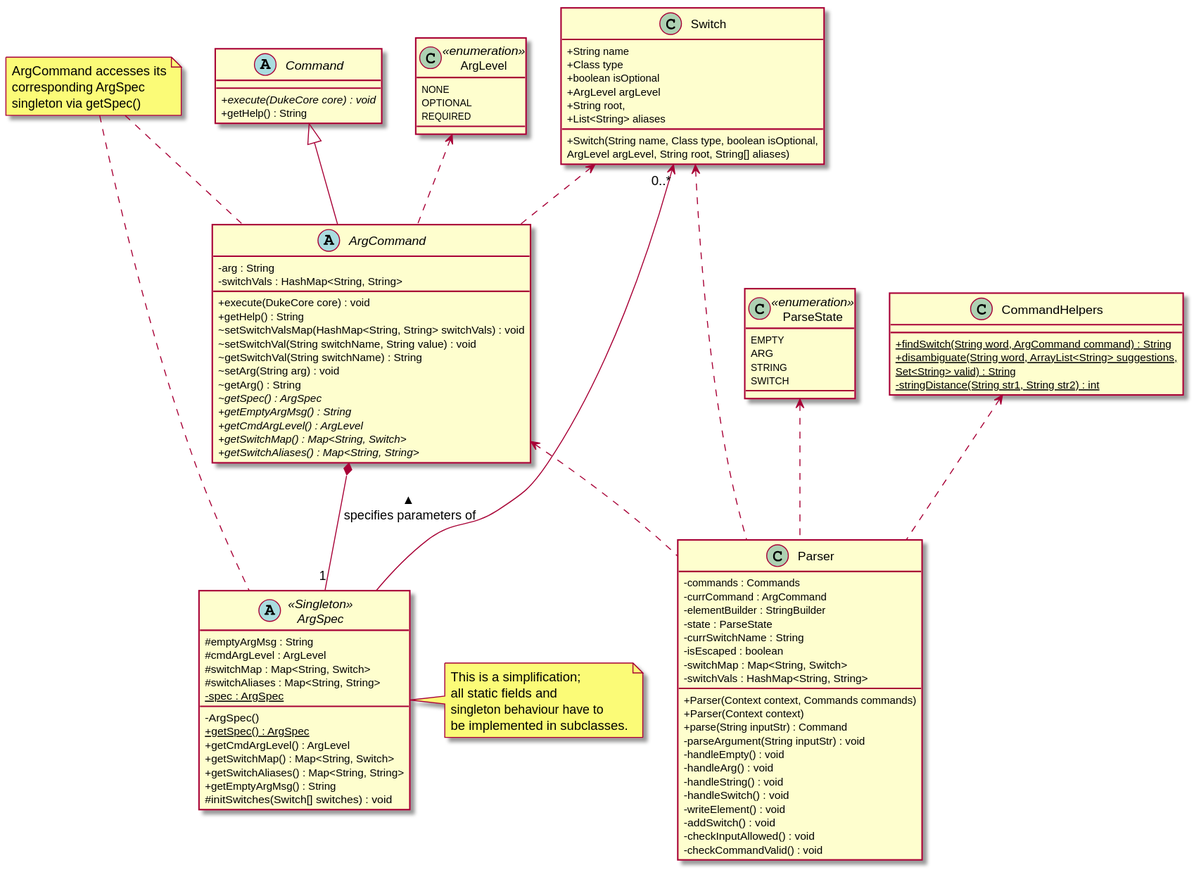
Before: docs/images/plantuml/logic.svg, a diagram exported from PlantUML (nusCS2113-AY1920S1/PersonalAssistant-Duke).
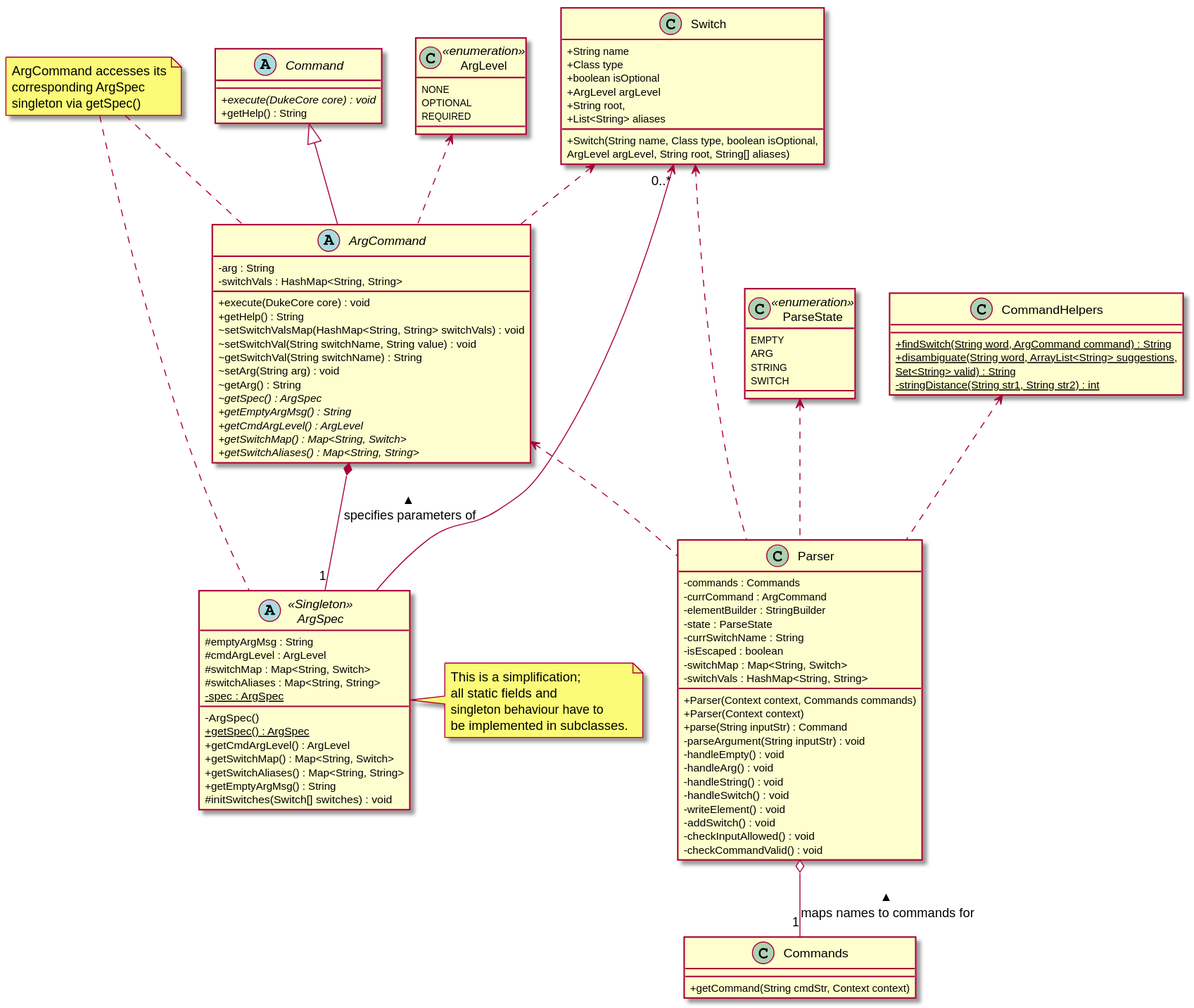
Above is the later version.

The edit, as a diff of the source:
```diff
@@ -96,12 +96,17 @@
     SWITCH
 }
 
+class Commands {
+    +getCommand(String cmdStr, Context context)
+}
+
 class CommandHelpers {
     {static} +findSwitch(String word, ArgCommand command) : String
     {static} +disambiguate(String word, ArrayList<String> suggestions,\nSet<String> valid) : String
     {static} -stringDistance(String str1, String str2) : int
 }
 
+Parser o-- "1" Commands : < maps names to commands for
 ParseState <.. Parser
 Switch <.. Parser
 ArgCommand <.. Parser
```
